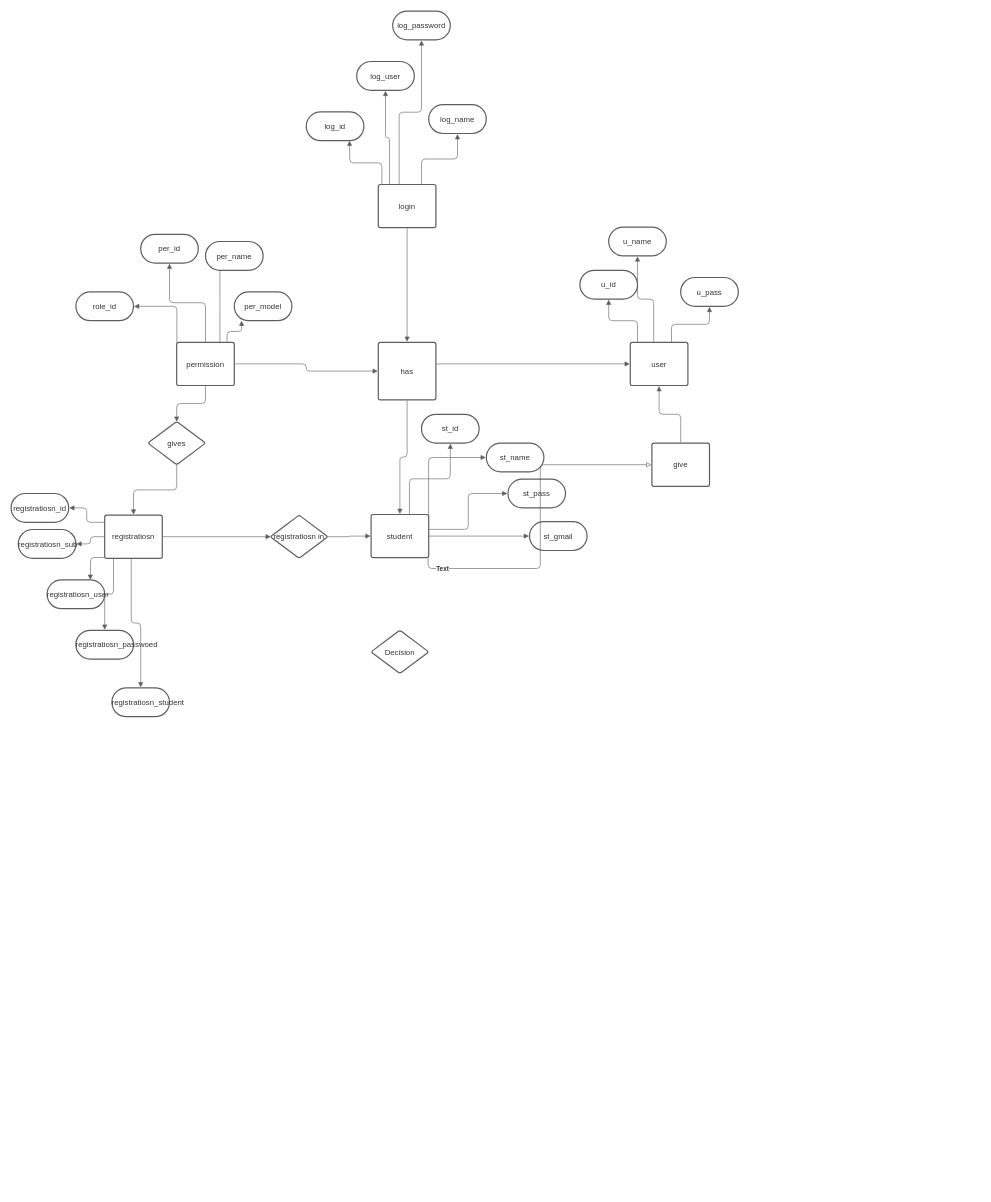
This is Untitled Diagram.drawio from princekalsariya/test, a draw.io file, before an edit. Source tidied: cells renumbered, new cells numbered last; positions are measured from the earlier drawing's top-left corner, leaving out a move shared by most shapes. Both pictures are drawn from the tidied source at 60%, with x=0, y=0 at pixel (11, 11).
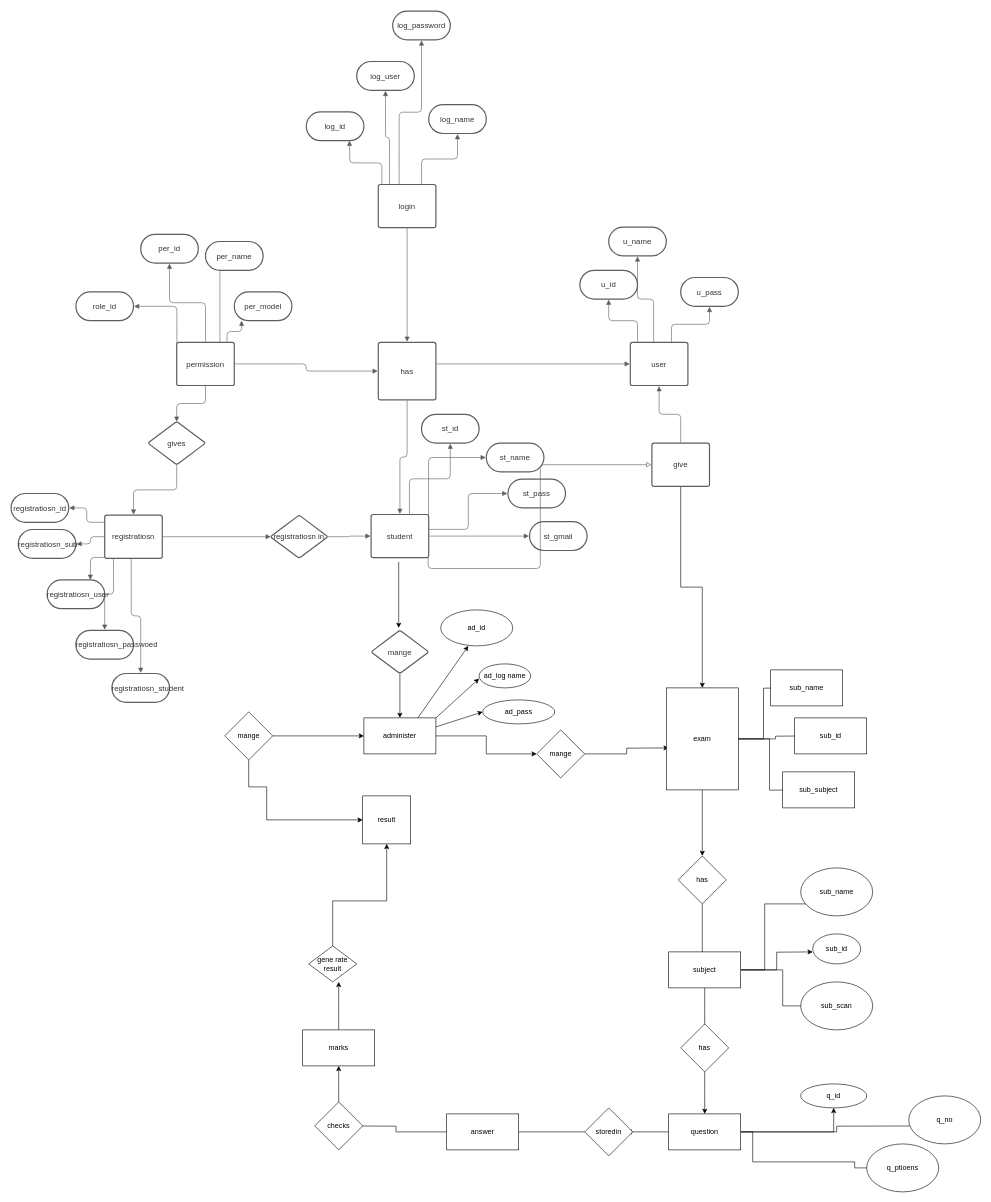
The same page after the edit.

The change refers to these unchanged cells:
```xml
<mxCell id="50" style="html=1;jettySize=18;whiteSpace=wrap;fontSize=11;strokeColor=#5E5E5E;rounded=1;arcSize=12;edgeStyle=orthogonalEdgeStyle;startArrow=none;endArrow=block;endFill=0;exitX=0.99;exitY=1;exitPerimeter=0;entryX=-0.009;entryY=0.5;entryPerimeter=0;" parent="1" edge="1" source="40" target="52">
  <mxGeometry relative="1" as="geometry" />
</mxCell>
<mxCell id="52" value="give" style="html=1;overflow=block;whiteSpace=wrap;whiteSpace=wrap;fontSize=13;fontColor=#333333;spacing=7;strokeColor=#5e5e5e;strokeOpacity=100;rounded=1;absoluteArcSize=1;arcSize=7;strokeWidth=2;" parent="1" vertex="1">
  <mxGeometry x="1068" y="720" width="96" height="72" as="geometry" />
</mxCell>
```

The edit, as a diff of the source:
```diff
@@
     <mxCell id="38" value="registratiosn_student" style="html=1;overflow=block;whiteSpace=wrap;rounded=1;arcSize=50;whiteSpace=wrap;fontSize=13;fontColor=#333333;spacing=3;strokeColor=#5e5e5e;strokeOpacity=100;strokeWidth=2;" parent="1" vertex="1">
-      <mxGeometry x="168" y="1128" width="96" height="48" as="geometry" />
+      <mxGeometry x="168" y="1104" width="96" height="48" as="geometry" />
     </mxCell>
@@
-    <mxCell id="51" value="Text" style="text;html=1;labelBackgroundColor=#ffffff;align=center;verticalAlign=middle;fontStyle=1;fontColor=#333333;fontSize=10.666666666666666;" parent="50" vertex="1">
-      <mxGeometry x="-0.85" relative="1" as="geometry" />
-    </mxCell>
+    <mxCell id="63" style="edgeStyle=orthogonalEdgeStyle;rounded=0;jettySize=auto;html=1;" parent="1" edge="1" source="52" target="81">
+      <mxGeometry relative="1" as="geometry" />
+    </mxCell>
@@
-    <mxCell id="62" value="Decision" style="html=1;overflow=block;whiteSpace=wrap;rhombus;whiteSpace=wrap;fontSize=13;fontColor=#333333;spacing=3;strokeColor=#5e5e5e;strokeOpacity=100;rounded=1;absoluteArcSize=1;arcSize=7;strokeWidth=2;" parent="1" vertex="1">
+    <mxCell id="62" value="mange" style="html=1;overflow=block;whiteSpace=wrap;rhombus;whiteSpace=wrap;fontSize=13;fontColor=#333333;spacing=3;strokeColor=#5e5e5e;strokeOpacity=100;rounded=1;absoluteArcSize=1;arcSize=7;strokeWidth=2;" parent="1" vertex="1">
       <mxGeometry x="600" y="1032" width="96" height="72" as="geometry" />
     </mxCell>
+    <mxCell id="64" style="endArrow=classic;html=1;" parent="1" edge="1">
+      <mxGeometry relative="1" as="geometry">
+        <mxPoint x="646" y="918" as="sourcePoint" />
+        <mxPoint x="646" y="1028" as="targetPoint" />
+      </mxGeometry>
+    </mxCell>
+    <mxCell id="65" style="endArrow=classic;html=1;exitX=0.5;exitY=1;exitDx=0;exitDy=0;" parent="1" edge="1" source="62" target="67">
+      <mxGeometry relative="1" as="geometry" />
+    </mxCell>
+    <mxCell id="66" style="edgeStyle=orthogonalEdgeStyle;rounded=0;jettySize=auto;html=1;" parent="1" edge="1" source="67" target="76">
+      <mxGeometry relative="1" as="geometry" />
+    </mxCell>
+    <mxCell id="67" value="administer" style="rounded=0;whiteSpace=wrap;html=1;" parent="1" vertex="1">
+      <mxGeometry x="588" y="1178" width="120" height="60" as="geometry" />
+    </mxCell>
+    <mxCell id="68" style="endArrow=classic;html=1;exitX=0.75;exitY=0;exitDx=0;exitDy=0;" parent="1" edge="1" source="67">
+      <mxGeometry relative="1" as="geometry">
+        <mxPoint x="762" y="1058" as="targetPoint" />
+      </mxGeometry>
+    </mxCell>
+    <mxCell id="69" style="endArrow=classic;html=1;exitX=1;exitY=0;exitDx=0;exitDy=0;entryX=0;entryY=0.5;entryDx=0;entryDy=0;" parent="1" edge="1" source="67">
+      <mxGeometry relative="1" as="geometry">
+        <mxPoint x="780" y="1112.5" as="targetPoint" />
+      </mxGeometry>
+    </mxCell>
+    <mxCell id="70" style="endArrow=classic;html=1;exitX=1;exitY=0.25;exitDx=0;exitDy=0;" parent="1" edge="1" source="67">
+      <mxGeometry relative="1" as="geometry">
+        <mxPoint x="786" y="1168" as="targetPoint" />
+      </mxGeometry>
+    </mxCell>
+    <mxCell id="71" style="edgeStyle=orthogonalEdgeStyle;rounded=0;jettySize=auto;html=1;entryX=0;entryY=0.5;entryDx=0;entryDy=0;" parent="1" edge="1" source="73" target="67">
+      <mxGeometry relative="1" as="geometry" />
+    </mxCell>
+    <mxCell id="72" style="edgeStyle=orthogonalEdgeStyle;rounded=0;jettySize=auto;html=1;" parent="1" edge="1" source="73" target="74">
+      <mxGeometry relative="1" as="geometry">
+        <Array as="points">
+          <mxPoint x="396" y="1293" />
+          <mxPoint x="426" y="1293" />
+        </Array>
+      </mxGeometry>
+    </mxCell>
+    <mxCell id="73" value="mange" style="rhombus;whiteSpace=wrap;html=1;" parent="1" vertex="1">
+      <mxGeometry x="356" y="1168" width="80" height="80" as="geometry" />
+    </mxCell>
+    <mxCell id="74" value="result" style="whiteSpace=wrap;html=1;" parent="1" vertex="1">
+      <mxGeometry x="586" y="1308" width="80" height="80" as="geometry" />
+    </mxCell>
+    <mxCell id="75" style="edgeStyle=orthogonalEdgeStyle;rounded=0;jettySize=auto;html=1;" parent="1" edge="1" source="76">
+      <mxGeometry relative="1" as="geometry">
+        <mxPoint x="1096" y="1228" as="targetPoint" />
+      </mxGeometry>
+    </mxCell>
+    <mxCell id="76" value="mange" style="rhombus;whiteSpace=wrap;html=1;" parent="1" vertex="1">
+      <mxGeometry x="876" y="1198" width="80" height="80" as="geometry" />
+    </mxCell>
+    <mxCell id="77" style="edgeStyle=orthogonalEdgeStyle;rounded=0;jettySize=auto;html=1;" parent="1" edge="1" source="81">
+      <mxGeometry relative="1" as="geometry">
+        <mxPoint x="1296" y="1128" as="targetPoint" />
+      </mxGeometry>
+    </mxCell>
+    <mxCell id="78" style="edgeStyle=orthogonalEdgeStyle;rounded=0;jettySize=auto;html=1;" parent="1" edge="1" source="81">
+      <mxGeometry relative="1" as="geometry">
+        <mxPoint x="1336" y="1208" as="targetPoint" />
+      </mxGeometry>
+    </mxCell>
+    <mxCell id="79" style="edgeStyle=orthogonalEdgeStyle;rounded=0;jettySize=auto;html=1;" parent="1" edge="1" source="81">
+      <mxGeometry relative="1" as="geometry">
+        <mxPoint x="1316" y="1298" as="targetPoint" />
+      </mxGeometry>
+    </mxCell>
+    <mxCell id="80" style="edgeStyle=orthogonalEdgeStyle;rounded=0;jettySize=auto;html=1;entryX=0.5;entryY=0;entryDx=0;entryDy=0;" parent="1" edge="1" source="81" target="86">
+      <mxGeometry relative="1" as="geometry" />
+    </mxCell>
+    <mxCell id="81" value="exam" style="rounded=0;whiteSpace=wrap;html=1;" parent="1" vertex="1">
+      <mxGeometry x="1092" y="1128" width="120" height="170" as="geometry" />
+    </mxCell>
+    <mxCell id="82" value="sub_name" style="whiteSpace=wrap;html=1;" parent="1" vertex="1">
+      <mxGeometry x="1266" y="1098" width="120" height="60" as="geometry" />
+    </mxCell>
+    <mxCell id="83" value="sub_id" style="whiteSpace=wrap;html=1;" parent="1" vertex="1">
+      <mxGeometry x="1306" y="1178" width="120" height="60" as="geometry" />
+    </mxCell>
+    <mxCell id="84" value="sub_subject" style="whiteSpace=wrap;html=1;" parent="1" vertex="1">
+      <mxGeometry x="1286" y="1268" width="120" height="60" as="geometry" />
+    </mxCell>
+    <mxCell id="85" style="edgeStyle=orthogonalEdgeStyle;rounded=0;jettySize=auto;html=1;" parent="1" edge="1" source="86">
+      <mxGeometry relative="1" as="geometry">
+        <mxPoint x="1152" y="1578" as="targetPoint" />
+      </mxGeometry>
+    </mxCell>
+    <mxCell id="86" value="has" style="rhombus;whiteSpace=wrap;html=1;" parent="1" vertex="1">
+      <mxGeometry x="1112" y="1408" width="80" height="80" as="geometry" />
+    </mxCell>
+    <mxCell id="87" style="edgeStyle=orthogonalEdgeStyle;rounded=0;jettySize=auto;html=1;" parent="1" edge="1" source="91">
+      <mxGeometry relative="1" as="geometry">
+        <mxPoint x="1156" y="1708" as="targetPoint" />
+      </mxGeometry>
+    </mxCell>
+    <mxCell id="88" style="edgeStyle=orthogonalEdgeStyle;rounded=0;jettySize=auto;html=1;" parent="1" edge="1" source="91">
+      <mxGeometry relative="1" as="geometry">
+        <mxPoint x="1366" y="1478" as="targetPoint" />
+        <Array as="points">
+          <mxPoint x="1256" y="1598" />
+          <mxPoint x="1256" y="1488" />
+          <mxPoint x="1346" y="1488" />
+        </Array>
+      </mxGeometry>
+    </mxCell>
+    <mxCell id="89" style="edgeStyle=orthogonalEdgeStyle;rounded=0;jettySize=auto;html=1;" parent="1" edge="1" source="91">
+      <mxGeometry relative="1" as="geometry">
+        <mxPoint x="1336" y="1568" as="targetPoint" />
+      </mxGeometry>
+    </mxCell>
+    <mxCell id="90" style="edgeStyle=orthogonalEdgeStyle;rounded=0;jettySize=auto;html=1;" parent="1" edge="1" source="91">
+      <mxGeometry relative="1" as="geometry">
+        <mxPoint x="1366" y="1658" as="targetPoint" />
+        <Array as="points">
+          <mxPoint x="1286" y="1598" />
+          <mxPoint x="1286" y="1658" />
+          <mxPoint x="1356" y="1658" />
+        </Array>
+      </mxGeometry>
+    </mxCell>
+    <mxCell id="91" value="subject" style="whiteSpace=wrap;html=1;" parent="1" vertex="1">
+      <mxGeometry x="1096" y="1568" width="120" height="60" as="geometry" />
+    </mxCell>
+    <mxCell id="92" style="edgeStyle=orthogonalEdgeStyle;rounded=0;jettySize=auto;html=1;" parent="1" edge="1" source="93">
+      <mxGeometry relative="1" as="geometry">
+        <mxPoint x="1156" y="1838" as="targetPoint" />
+      </mxGeometry>
+    </mxCell>
+    <mxCell id="93" value="has" style="rhombus;whiteSpace=wrap;html=1;" parent="1" vertex="1">
+      <mxGeometry x="1116" y="1688" width="80" height="80" as="geometry" />
+    </mxCell>
+    <mxCell id="94" value="ad_id" style="ellipse;whiteSpace=wrap;html=1;" parent="1" vertex="1">
+      <mxGeometry x="716" y="998" width="120" height="60" as="geometry" />
+    </mxCell>
+    <mxCell id="95" value="ad_log name" style="ellipse;whiteSpace=wrap;html=1;" parent="1" vertex="1">
+      <mxGeometry x="780" y="1088" width="86" height="40" as="geometry" />
+    </mxCell>
+    <mxCell id="96" value="ad_pass" style="ellipse;whiteSpace=wrap;html=1;" parent="1" vertex="1">
+      <mxGeometry x="786" y="1148" width="120" height="40" as="geometry" />
+    </mxCell>
+    <mxCell id="97" value="sub_id" style="ellipse;whiteSpace=wrap;html=1;" parent="1" vertex="1">
+      <mxGeometry x="1336" y="1538" width="80" height="50" as="geometry" />
+    </mxCell>
+    <mxCell id="98" value="sub_scan" style="ellipse;whiteSpace=wrap;html=1;" parent="1" vertex="1">
+      <mxGeometry x="1316" y="1618" width="120" height="80" as="geometry" />
+    </mxCell>
+    <mxCell id="99" value="sub_name" style="ellipse;whiteSpace=wrap;html=1;" parent="1" vertex="1">
+      <mxGeometry x="1316" y="1428" width="120" height="80" as="geometry" />
+    </mxCell>
+    <mxCell id="100" style="edgeStyle=orthogonalEdgeStyle;rounded=0;jettySize=auto;html=1;" parent="1" edge="1" source="104" target="105">
+      <mxGeometry relative="1" as="geometry" />
+    </mxCell>
+    <mxCell id="101" style="edgeStyle=orthogonalEdgeStyle;rounded=0;jettySize=auto;html=1;" parent="1" edge="1" source="104">
+      <mxGeometry relative="1" as="geometry">
+        <mxPoint x="1536" y="1858" as="targetPoint" />
+      </mxGeometry>
+    </mxCell>
+    <mxCell id="102" style="edgeStyle=orthogonalEdgeStyle;rounded=0;jettySize=auto;html=1;" parent="1" edge="1" source="104">
+      <mxGeometry relative="1" as="geometry">
+        <mxPoint x="1466" y="1928" as="targetPoint" />
+        <Array as="points">
+          <mxPoint x="1236" y="1868" />
+          <mxPoint x="1236" y="1918" />
+          <mxPoint x="1406" y="1918" />
+          <mxPoint x="1406" y="1928" />
+        </Array>
+      </mxGeometry>
+    </mxCell>
+    <mxCell id="103" style="edgeStyle=orthogonalEdgeStyle;rounded=0;jettySize=auto;html=1;" parent="1" edge="1" source="104">
+      <mxGeometry relative="1" as="geometry">
+        <mxPoint x="1026" y="1868" as="targetPoint" />
+      </mxGeometry>
+    </mxCell>
+    <mxCell id="104" value="question" style="whiteSpace=wrap;html=1;" parent="1" vertex="1">
+      <mxGeometry x="1096" y="1838" width="120" height="60" as="geometry" />
+    </mxCell>
+    <mxCell id="105" value="q_id" style="ellipse;whiteSpace=wrap;html=1;" parent="1" vertex="1">
+      <mxGeometry x="1316" y="1788" width="110" height="40" as="geometry" />
+    </mxCell>
+    <mxCell id="106" value="q_no" style="ellipse;whiteSpace=wrap;html=1;" parent="1" vertex="1">
+      <mxGeometry x="1496" y="1808" width="120" height="80" as="geometry" />
+    </mxCell>
+    <mxCell id="107" value="q_ptioens" style="ellipse;whiteSpace=wrap;html=1;" parent="1" vertex="1">
+      <mxGeometry x="1426" y="1888" width="120" height="80" as="geometry" />
+    </mxCell>
+    <mxCell id="108" style="edgeStyle=orthogonalEdgeStyle;rounded=0;jettySize=auto;html=1;" parent="1" edge="1" source="109">
+      <mxGeometry relative="1" as="geometry">
+        <mxPoint x="816" y="1868" as="targetPoint" />
+      </mxGeometry>
+    </mxCell>
+    <mxCell id="109" value="storedin" style="rhombus;whiteSpace=wrap;html=1;" parent="1" vertex="1">
+      <mxGeometry x="956" y="1828" width="80" height="80" as="geometry" />
+    </mxCell>
+    <mxCell id="110" style="edgeStyle=orthogonalEdgeStyle;rounded=0;jettySize=auto;html=1;" parent="1" edge="1" source="111">
+      <mxGeometry relative="1" as="geometry">
+        <mxPoint x="556" y="1858" as="targetPoint" />
+      </mxGeometry>
+    </mxCell>
+    <mxCell id="111" value="answer" style="whiteSpace=wrap;html=1;" parent="1" vertex="1">
+      <mxGeometry x="726" y="1838" width="120" height="60" as="geometry" />
+    </mxCell>
+    <mxCell id="112" style="edgeStyle=orthogonalEdgeStyle;rounded=0;jettySize=auto;html=1;" parent="1" edge="1" source="113">
+      <mxGeometry relative="1" as="geometry">
+        <mxPoint x="546" y="1758" as="targetPoint" />
+      </mxGeometry>
+    </mxCell>
+    <mxCell id="113" value="checks" style="rhombus;whiteSpace=wrap;html=1;" parent="1" vertex="1">
+      <mxGeometry x="506" y="1818" width="80" height="80" as="geometry" />
+    </mxCell>
+    <mxCell id="114" style="edgeStyle=orthogonalEdgeStyle;rounded=0;jettySize=auto;html=1;" parent="1" edge="1" source="115">
+      <mxGeometry relative="1" as="geometry">
+        <mxPoint x="546" y="1618" as="targetPoint" />
+      </mxGeometry>
+    </mxCell>
+    <mxCell id="115" value="marks" style="whiteSpace=wrap;html=1;" parent="1" vertex="1">
+      <mxGeometry x="486" y="1698" width="120" height="60" as="geometry" />
+    </mxCell>
+    <mxCell id="116" style="edgeStyle=orthogonalEdgeStyle;rounded=0;jettySize=auto;html=1;entryX=0.5;entryY=1;entryDx=0;entryDy=0;" parent="1" edge="1" source="117" target="74">
+      <mxGeometry relative="1" as="geometry">
+        <Array as="points">
+          <mxPoint x="536" y="1483" />
+          <mxPoint x="626" y="1483" />
+        </Array>
+      </mxGeometry>
+    </mxCell>
+    <mxCell id="117" value="gene rate&lt;br&gt;result" style="rhombus;whiteSpace=wrap;html=1;" parent="1" vertex="1">
+      <mxGeometry x="496" y="1558" width="80" height="60" as="geometry" />
+    </mxCell>
```
